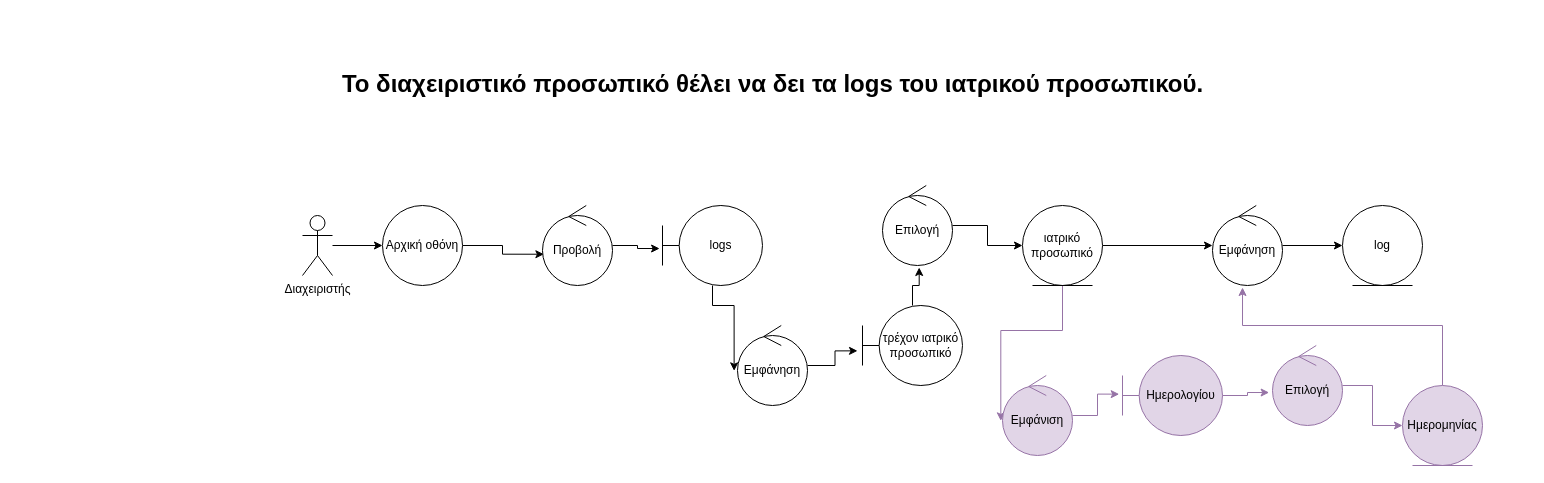
This is 3η Παραδοση/spyros_robustness/r_provoli_logs.drawio from PMamasoulas/SoftwareEngineeringProject, a draw.io file, before an edit. Source tidied: cells renumbered, new cells numbered last; positions are measured from the earlier drawing's top-left corner, leaving out a move shared by most shapes. Both pictures are drawn from the tidied source at 100%, with x=0, y=0 at pixel (17, 65).
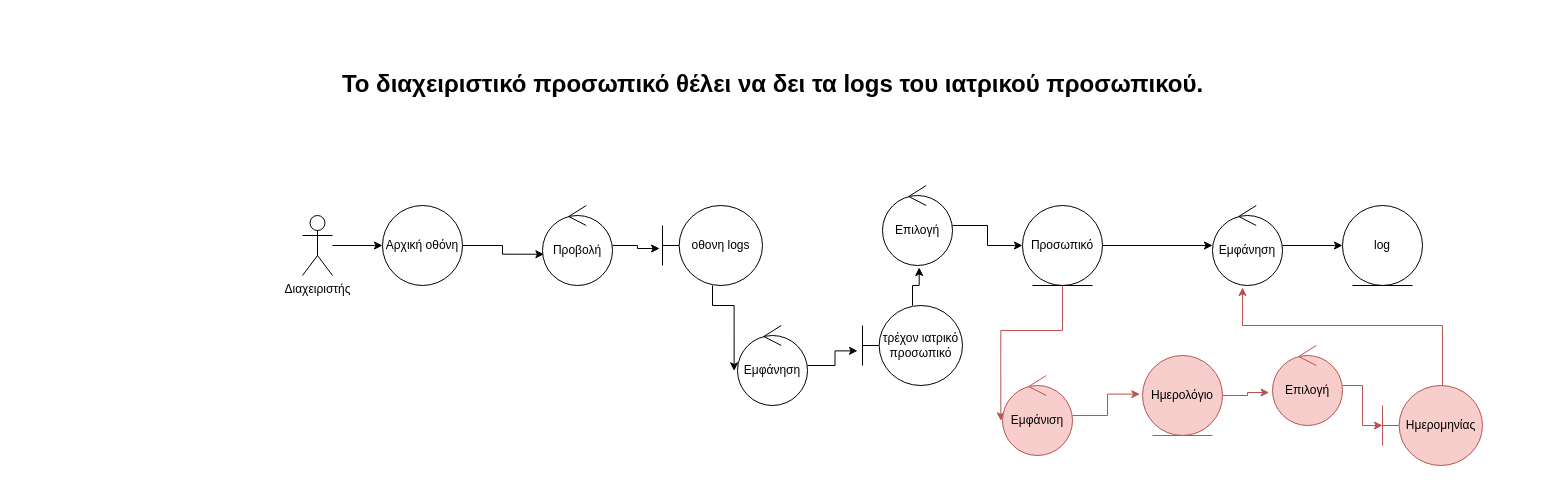
Above is the later version.

Unchanged cells that the change refers to:
```xml
<mxCell id="17" value="Εμφάνηση" style="ellipse;shape=umlControl;whiteSpace=wrap;html=1;" parent="1" vertex="1">
  <mxGeometry x="1195" y="140" width="70" height="80" as="geometry" />
</mxCell>
```

Change to the diagram source:
```diff
@@
-    <mxCell id="10" value="logs" style="shape=umlBoundary;whiteSpace=wrap;html=1;" parent="1" vertex="1">
+    <mxCell id="10" value="οθονη logs" style="shape=umlBoundary;whiteSpace=wrap;html=1;fontFamily=Helvetica;fontSize=12;fontColor=#000000;align=center;strokeColor=#000000;fillColor=#ffffff;" parent="1" vertex="1">
       <mxGeometry x="645" y="140" width="100" height="80" as="geometry" />
     </mxCell>
@@
-    <mxCell id="14" style="edgeStyle=orthogonalEdgeStyle;rounded=0;jettySize=auto;html=1;entryX=-0.024;entryY=0.567;entryDx=0;entryDy=0;entryPerimeter=0;fillColor=#e1d5e7;strokeColor=#9673a6;" parent="1" edge="1" source="15" target="24">
+    <mxCell id="14" style="edgeStyle=orthogonalEdgeStyle;rounded=0;jettySize=auto;html=1;entryX=-0.024;entryY=0.567;entryDx=0;entryDy=0;entryPerimeter=0;fillColor=#f8cecc;strokeColor=#b85450;" parent="1" edge="1" source="15" target="24">
       <mxGeometry relative="1" as="geometry" />
     </mxCell>
-    <mxCell id="15" value="ιατρικό προσωπικό" style="ellipse;shape=umlEntity;whiteSpace=wrap;html=1;" parent="1" vertex="1">
+    <mxCell id="15" value="Προσωπικό" style="ellipse;shape=umlEntity;whiteSpace=wrap;html=1;" parent="1" vertex="1">
       <mxGeometry x="1005" y="140" width="80" height="80" as="geometry" />
     </mxCell>
@@
-    <mxCell id="23" style="edgeStyle=orthogonalEdgeStyle;rounded=0;jettySize=auto;html=1;entryX=-0.033;entryY=0.483;entryDx=0;entryDy=0;entryPerimeter=0;fillColor=#e1d5e7;strokeColor=#9673a6;" parent="1" edge="1" source="24" target="26">
+    <mxCell id="23" style="edgeStyle=orthogonalEdgeStyle;rounded=0;jettySize=auto;html=1;entryX=-0.033;entryY=0.483;entryDx=0;entryDy=0;entryPerimeter=0;fillColor=#f8cecc;strokeColor=#b85450;" parent="1" edge="1" source="24" target="26">
       <mxGeometry relative="1" as="geometry" />
     </mxCell>
-    <mxCell id="24" value="Εμφάνιση" style="ellipse;shape=umlControl;whiteSpace=wrap;html=1;fillColor=#e1d5e7;strokeColor=#9673a6;" parent="1" vertex="1">
+    <mxCell id="24" value="Εμφάνιση" style="ellipse;shape=umlControl;whiteSpace=wrap;html=1;fillColor=#f8cecc;strokeColor=#b85450;" parent="1" vertex="1">
       <mxGeometry x="985" y="310" width="70" height="80" as="geometry" />
     </mxCell>
-    <mxCell id="25" style="edgeStyle=orthogonalEdgeStyle;rounded=0;jettySize=auto;html=1;entryX=-0.048;entryY=0.588;entryDx=0;entryDy=0;entryPerimeter=0;fillColor=#e1d5e7;strokeColor=#9673a6;" parent="1" edge="1" source="26" target="28">
+    <mxCell id="25" style="edgeStyle=orthogonalEdgeStyle;rounded=0;jettySize=auto;html=1;entryX=-0.048;entryY=0.588;entryDx=0;entryDy=0;entryPerimeter=0;fillColor=#f8cecc;strokeColor=#b85450;" parent="1" edge="1" source="26" target="28">
       <mxGeometry relative="1" as="geometry" />
     </mxCell>
-    <mxCell id="26" value="Ημερολογίου" style="shape=umlBoundary;whiteSpace=wrap;html=1;fillColor=#e1d5e7;strokeColor=#9673a6;" parent="1" vertex="1">
-      <mxGeometry x="1105" y="290" width="100" height="80" as="geometry" />
+    <mxCell id="26" value="Ημερολόγιο" style="ellipse;shape=umlEntity;whiteSpace=wrap;html=1;fontFamily=Helvetica;fontSize=12;align=center;strokeColor=#b85450;fillColor=#f8cecc;" parent="1" vertex="1">
+      <mxGeometry x="1125" y="290" width="80" height="80" as="geometry" />
     </mxCell>
-    <mxCell id="27" style="edgeStyle=orthogonalEdgeStyle;rounded=0;jettySize=auto;html=1;entryX=0;entryY=0.5;entryDx=0;entryDy=0;fillColor=#e1d5e7;strokeColor=#9673a6;" parent="1" edge="1" source="28" target="30">
+    <mxCell id="27" style="edgeStyle=orthogonalEdgeStyle;rounded=0;jettySize=auto;html=1;entryX=0;entryY=0.5;entryDx=0;entryDy=0;fillColor=#f8cecc;strokeColor=#b85450;" parent="1" edge="1" source="28" target="30">
       <mxGeometry relative="1" as="geometry" />
     </mxCell>
-    <mxCell id="28" value="Επιλογή" style="ellipse;shape=umlControl;whiteSpace=wrap;html=1;fillColor=#e1d5e7;strokeColor=#9673a6;" parent="1" vertex="1">
+    <mxCell id="28" value="Επιλογή" style="ellipse;shape=umlControl;whiteSpace=wrap;html=1;fillColor=#f8cecc;strokeColor=#b85450;" parent="1" vertex="1">
       <mxGeometry x="1255" y="280" width="70" height="80" as="geometry" />
     </mxCell>
-    <mxCell id="29" style="edgeStyle=orthogonalEdgeStyle;rounded=0;jettySize=auto;html=1;entryX=0.429;entryY=1.025;entryDx=0;entryDy=0;entryPerimeter=0;fillColor=#e1d5e7;strokeColor=#9673a6;" parent="1" edge="1" source="30" target="17">
+    <mxCell id="29" style="edgeStyle=orthogonalEdgeStyle;rounded=0;jettySize=auto;html=1;entryX=0.429;entryY=1.025;entryDx=0;entryDy=0;entryPerimeter=0;fillColor=#f8cecc;strokeColor=#b85450;" parent="1" edge="1" source="30" target="17">
       <mxGeometry relative="1" as="geometry">
         <Array as="points">
           <mxPoint x="1425" y="260" />
           <mxPoint x="1225" y="260" />
         </Array>
       </mxGeometry>
     </mxCell>
-    <mxCell id="30" value="Ημερομηνίας" style="ellipse;shape=umlEntity;whiteSpace=wrap;html=1;fillColor=#e1d5e7;strokeColor=#9673a6;" parent="1" vertex="1">
-      <mxGeometry x="1385" y="320" width="80" height="80" as="geometry" />
+    <mxCell id="30" value="Ημερομηνίας" style="shape=umlBoundary;whiteSpace=wrap;html=1;fontFamily=Helvetica;fontSize=12;align=center;strokeColor=#b85450;fillColor=#f8cecc;" parent="1" vertex="1">
+      <mxGeometry x="1365" y="320" width="100" height="80" as="geometry" />
     </mxCell>
```
